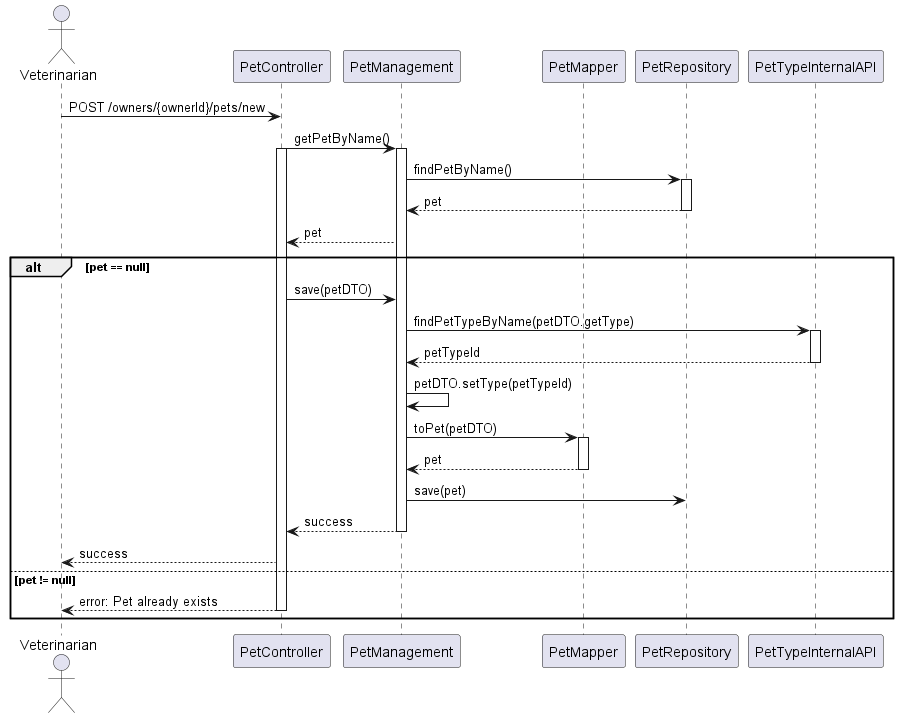
miguel1211593/spring_modulith keeps this PlantUML diagram as docs/modulith/SD/AddPet/N3AddPet.png. Above is the earlier version. Source of this version:
```plantuml
@startuml

actor Veterinarian
participant "PetController" as Controller
participant "PetManagement" as Service
participant "PetMapper" as Mapper
participant "PetRepository" as Repository
participant "PetTypeInternalAPI" as PetType


Veterinarian -> Controller: POST /owners/{ownerId}/pets/new
Controller -> Service: getPetByName()
activate Controller
activate Service

Service -> Repository: findPetByName()
activate Repository
Repository --> Service: pet
deactivate Repository
Service --> Controller: pet
alt pet == null
    Controller -> Service: save(petDTO)
    Service -> PetType: findPetTypeByName(petDTO.getType)
    activate PetType
    PetType --> Service: petTypeId
    deactivate PetType
    Service -> Service: petDTO.setType(petTypeId)
    Service -> Mapper: toPet(petDTO)
    activate Mapper
    Mapper --> Service: pet
    deactivate Mapper
    Service -> Repository: save(pet)
    Service --> Controller: success
    deactivate Service
    Controller --> Veterinarian: success
else pet != null
    Controller --> Veterinarian: error: Pet already exists
    deactivate Controller
end


@enduml
```
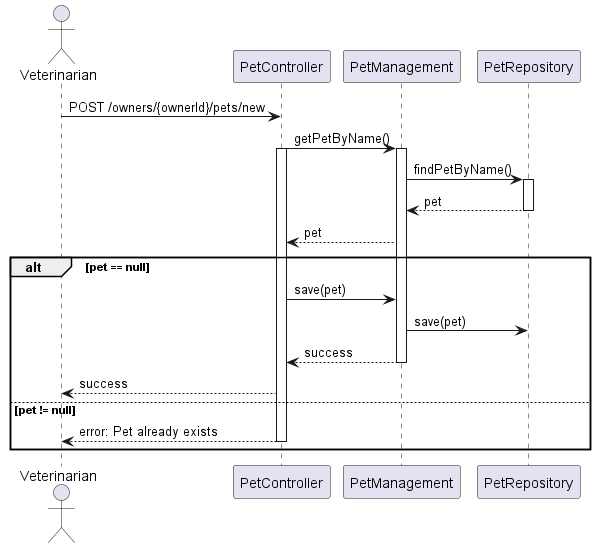
Later version of the same file.

Change to the diagram source:
```diff
@@ -3,32 +3,21 @@
 actor Veterinarian
 participant "PetController" as Controller
 participant "PetManagement" as Service
-participant "PetMapper" as Mapper
 participant "PetRepository" as Repository
-participant "PetTypeInternalAPI" as PetType
+
 
 
 Veterinarian -> Controller: POST /owners/{ownerId}/pets/new
 Controller -> Service: getPetByName()
 activate Controller
 activate Service
-
 Service -> Repository: findPetByName()
 activate Repository
 Repository --> Service: pet
 deactivate Repository
 Service --> Controller: pet
 alt pet == null
-    Controller -> Service: save(petDTO)
-    Service -> PetType: findPetTypeByName(petDTO.getType)
-    activate PetType
-    PetType --> Service: petTypeId
-    deactivate PetType
-    Service -> Service: petDTO.setType(petTypeId)
-    Service -> Mapper: toPet(petDTO)
-    activate Mapper
-    Mapper --> Service: pet
-    deactivate Mapper
+    Controller -> Service: save(pet)
     Service -> Repository: save(pet)
     Service --> Controller: success
     deactivate Service
```
